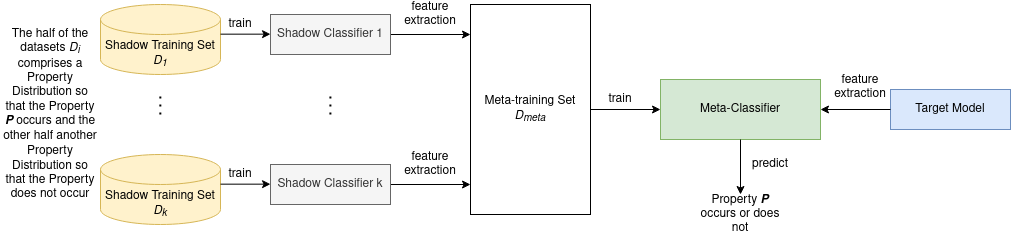
Before: docs/Property_Interference_Attacks.png, a diagram exported from draw.io (privML/privacy-evaluator). Source tidied: cells renumbered, new cells last; positions are measured from the earlier drawing's top-left corner, leaving out a move shared by most shapes.
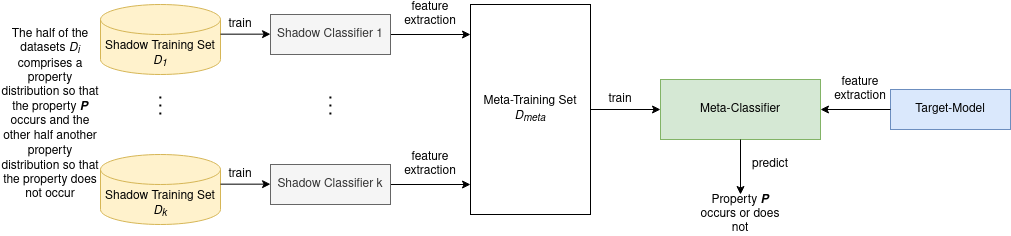
The same diagram one commit later.

The edit, as a diff of the source:
```diff
@@ -2,7 +2,7 @@
   <root>
     <mxCell id="0" />
     <mxCell id="1" parent="0" />
-    <mxCell id="2" value="Target Model" style="whiteSpace=wrap;html=1;fillColor=#dae8fc;strokeColor=#6c8ebf;" parent="1" vertex="1">
+    <mxCell id="2" value="Target-Model" style="whiteSpace=wrap;html=1;fillColor=#dae8fc;strokeColor=#6c8ebf;" parent="1" vertex="1">
       <mxGeometry x="890" y="85" width="120" height="40" as="geometry" />
     </mxCell>
     <mxCell id="3" value="Meta-Classifier" style="whiteSpace=wrap;html=1;fillColor=#d5e8d4;strokeColor=#82b366;" parent="1" vertex="1">
@@ -19,7 +19,7 @@
     <mxCell id="6" style="endArrow=classic;html=1;exitX=1;exitY=0.5;exitDx=0;exitDy=0;entryX=0;entryY=0.5;entryDx=0;entryDy=0;" parent="1" edge="1" source="7" target="3">
       <mxGeometry relative="1" as="geometry" />
     </mxCell>
-    <mxCell id="7" value="Meta-training Set&lt;br&gt;&lt;i&gt;D&lt;sub&gt;meta&lt;/sub&gt;&lt;/i&gt;" style="whiteSpace=wrap;html=1;" parent="1" vertex="1">
+    <mxCell id="7" value="Meta-Training Set&lt;br&gt;&lt;i&gt;D&lt;sub&gt;meta&lt;/sub&gt;&lt;/i&gt;" style="whiteSpace=wrap;html=1;" parent="1" vertex="1">
       <mxGeometry x="470" width="120" height="210" as="geometry" />
     </mxCell>
     <mxCell id="8" style="endArrow=classic;html=1;" parent="1" edge="1">
@@ -76,7 +76,7 @@
         <mxPoint x="159.8" y="90" as="targetPoint" />
       </mxGeometry>
     </mxCell>
-    <mxCell id="20" value="&lt;div align=&quot;center&quot;&gt;The half of the datasets&lt;i&gt; D&lt;sub&gt;i&lt;/sub&gt;&lt;/i&gt; comprises a Property Distribution so that the Property &lt;b&gt;&lt;i&gt;P&lt;/i&gt;&lt;/b&gt; occurs and the other half another&lt;i&gt;&lt;sub&gt; &lt;/sub&gt;&lt;/i&gt;Property Distribution so that the Property does not occur&lt;br&gt;&lt;/div&gt;" style="text;html=1;strokeColor=none;fillColor=none;align=center;verticalAlign=middle;whiteSpace=wrap;" parent="1" vertex="1">
+    <mxCell id="20" value="&lt;div align=&quot;center&quot;&gt;The half of the datasets&lt;i&gt; D&lt;sub&gt;i&lt;/sub&gt;&lt;/i&gt; comprises a property distribution so that the property &lt;b&gt;&lt;i&gt;P&lt;/i&gt;&lt;/b&gt; occurs and the other half another&lt;i&gt;&lt;sub&gt; &lt;/sub&gt;&lt;/i&gt;property distribution so that the property does not occur&lt;br&gt;&lt;/div&gt;" style="text;html=1;strokeColor=none;fillColor=none;align=center;verticalAlign=middle;whiteSpace=wrap;" parent="1" vertex="1">
       <mxGeometry y="10" width="100" height="200" as="geometry" />
     </mxCell>
     <mxCell id="21" value="predict" style="text;html=1;strokeColor=none;fillColor=none;align=center;verticalAlign=middle;whiteSpace=wrap;" parent="1" vertex="1">
@@ -98,7 +98,7 @@
       <mxGeometry x="410" y="150" width="40" height="20" as="geometry" />
     </mxCell>
     <mxCell id="27" value="feature&lt;br&gt;extraction" style="text;html=1;strokeColor=none;fillColor=none;align=center;verticalAlign=middle;whiteSpace=wrap;" parent="1" vertex="1">
-      <mxGeometry x="840" y="72.5" width="40" height="20" as="geometry" />
+      <mxGeometry x="840" y="75" width="40" height="20" as="geometry" />
     </mxCell>
     <mxCell id="28" style="endArrow=classic;html=1;entryX=1;entryY=0.5;entryDx=0;entryDy=0;exitX=0;exitY=0.5;exitDx=0;exitDy=0;" parent="1" edge="1" source="2" target="3">
       <mxGeometry relative="1" as="geometry" />
```
